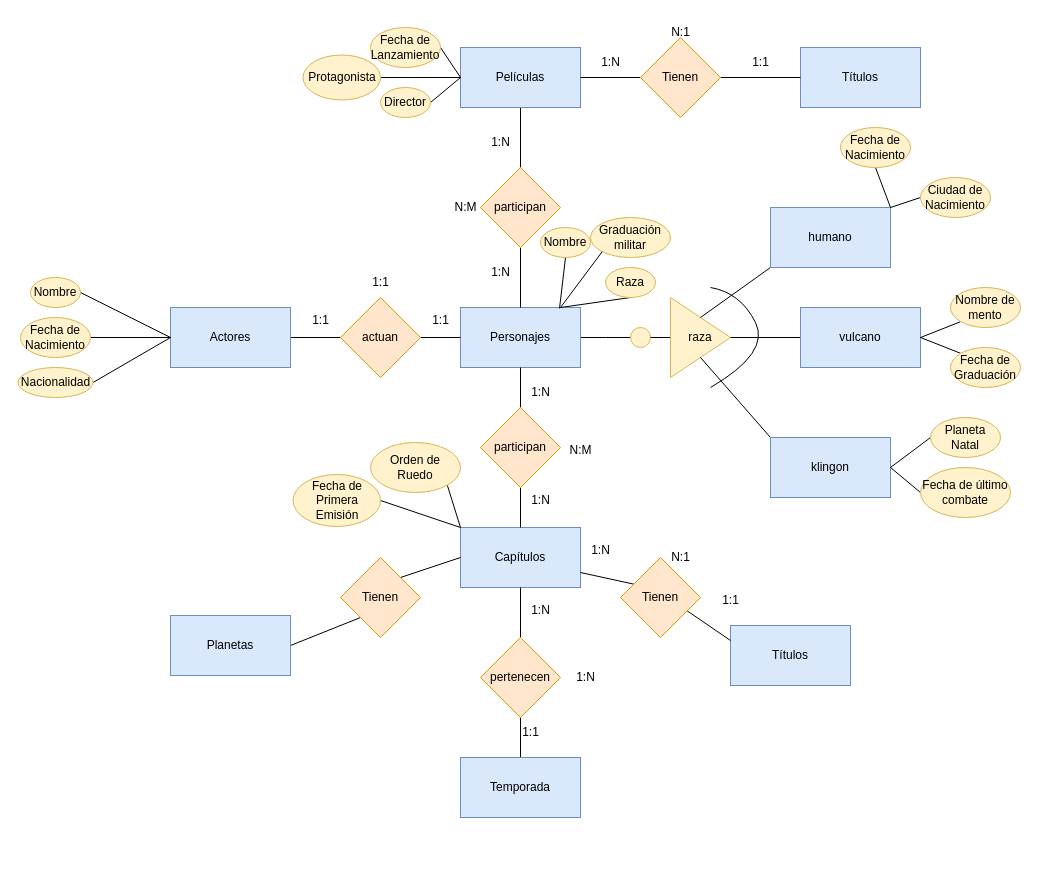
This is tareas 1/star trek tarea Ud2 Entregalbe 3.drawio from GermanOjeda/base-datos, a draw.io file, before an edit. Source tidied: cells renumbered, new cells numbered last; positions are measured from the earlier drawing's top-left corner, leaving out a move shared by most shapes. Both pictures are drawn from the tidied source at 100%, with x=0, y=0 at pixel (18, 17).
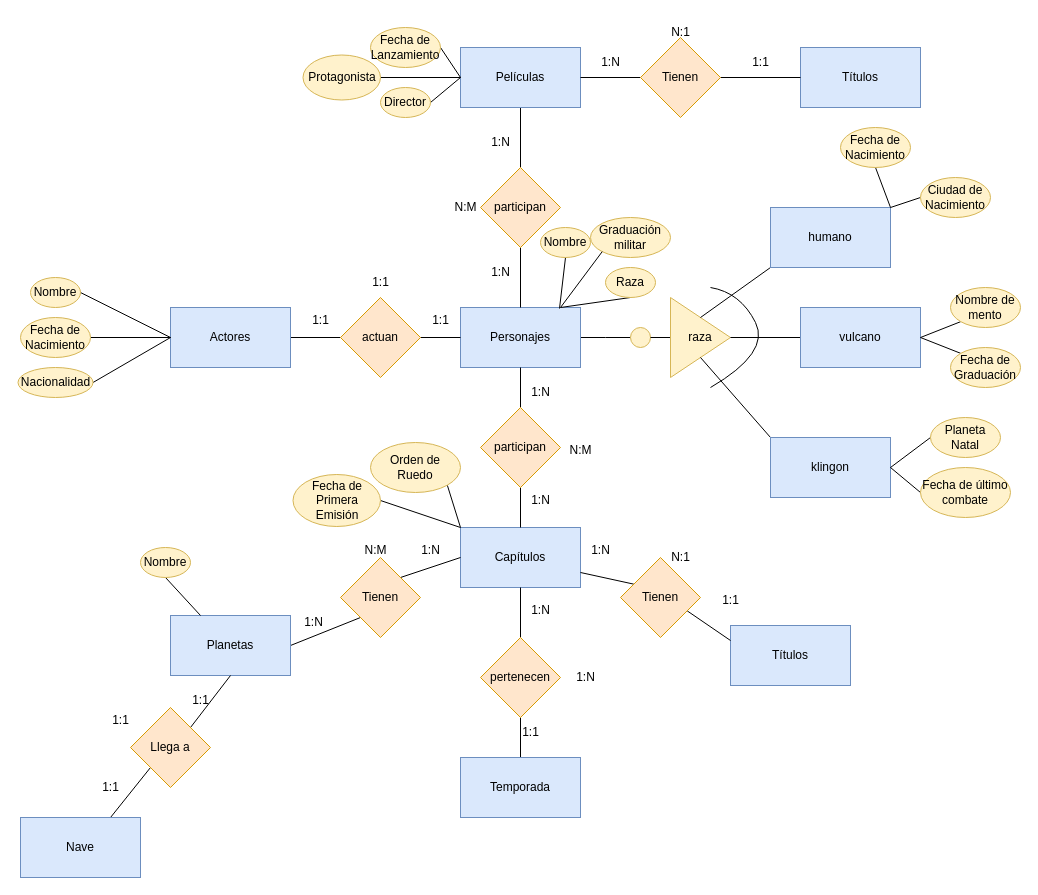
The same page after the edit.

Unchanged cells that the change refers to:
```xml
<mxCell id="10" value="Planetas" style="rounded=0;whiteSpace=wrap;html=1;fillColor=#dae8fc;strokeColor=#6c8ebf;" parent="1" vertex="1">
  <mxGeometry x="152" y="598" width="120" height="60" as="geometry" />
</mxCell>
```

Diff of the diagram source:
```diff
@@
+    <mxCell id="94" value="1:N" style="text;html=1;align=center;verticalAlign=middle;strokeColor=none;fillColor=none;" parent="1" vertex="1">
+      <mxGeometry x="274.5" y="590" width="40" height="30" as="geometry" />
+    </mxCell>
+    <mxCell id="95" value="1:N" style="text;html=1;align=center;verticalAlign=middle;strokeColor=none;fillColor=none;" parent="1" vertex="1">
+      <mxGeometry x="392" y="518" width="40" height="30" as="geometry" />
+    </mxCell>
+    <mxCell id="96" value="N:M" style="text;html=1;align=center;verticalAlign=middle;strokeColor=none;fillColor=none;" parent="1" vertex="1">
+      <mxGeometry x="332" y="518" width="50" height="30" as="geometry" />
+    </mxCell>
+    <mxCell id="97" style="rounded=0;jettySize=auto;html=1;exitX=0.75;exitY=0;exitDx=0;exitDy=0;entryX=0;entryY=1;entryDx=0;entryDy=0;endArrow=none;endFill=0;" parent="1" edge="1" source="98" target="100">
+      <mxGeometry relative="1" as="geometry" />
+    </mxCell>
+    <mxCell id="98" value="Nave" style="rounded=0;whiteSpace=wrap;html=1;fillColor=#dae8fc;strokeColor=#6c8ebf;" parent="1" vertex="1">
+      <mxGeometry x="2" y="800" width="120" height="60" as="geometry" />
+    </mxCell>
+    <mxCell id="99" style="rounded=0;jettySize=auto;html=1;exitX=1;exitY=0;exitDx=0;exitDy=0;entryX=0.5;entryY=1;entryDx=0;entryDy=0;endArrow=none;endFill=0;" parent="1" edge="1" source="100" target="10">
+      <mxGeometry relative="1" as="geometry" />
+    </mxCell>
+    <mxCell id="100" value="Llega a" style="rhombus;whiteSpace=wrap;html=1;fillColor=#ffe6cc;strokeColor=#d79b00;" parent="1" vertex="1">
+      <mxGeometry x="112" y="690" width="80" height="80" as="geometry" />
+    </mxCell>
+    <mxCell id="101" value="1:1" style="text;html=1;align=center;verticalAlign=middle;strokeColor=none;fillColor=none;" parent="1" vertex="1">
+      <mxGeometry x="72" y="755" width="40" height="30" as="geometry" />
+    </mxCell>
+    <mxCell id="102" value="1:1" style="text;html=1;align=center;verticalAlign=middle;strokeColor=none;fillColor=none;" parent="1" vertex="1">
+      <mxGeometry x="162" y="668" width="40" height="30" as="geometry" />
+    </mxCell>
+    <mxCell id="103" value="1:1" style="text;html=1;align=center;verticalAlign=middle;strokeColor=none;fillColor=none;" parent="1" vertex="1">
+      <mxGeometry x="82" y="688" width="40" height="30" as="geometry" />
+    </mxCell>
+    <mxCell id="104" style="rounded=0;jettySize=auto;html=1;exitX=0.5;exitY=1;exitDx=0;exitDy=0;entryX=0.25;entryY=0;entryDx=0;entryDy=0;endArrow=none;endFill=0;" parent="1" edge="1" source="105" target="10">
+      <mxGeometry relative="1" as="geometry" />
+    </mxCell>
+    <mxCell id="105" value="Nombre" style="ellipse;whiteSpace=wrap;html=1;fillColor=#fff2cc;strokeColor=#d6b656;" parent="1" vertex="1">
+      <mxGeometry x="122" y="530" width="50" height="30" as="geometry" />
+    </mxCell>
```
